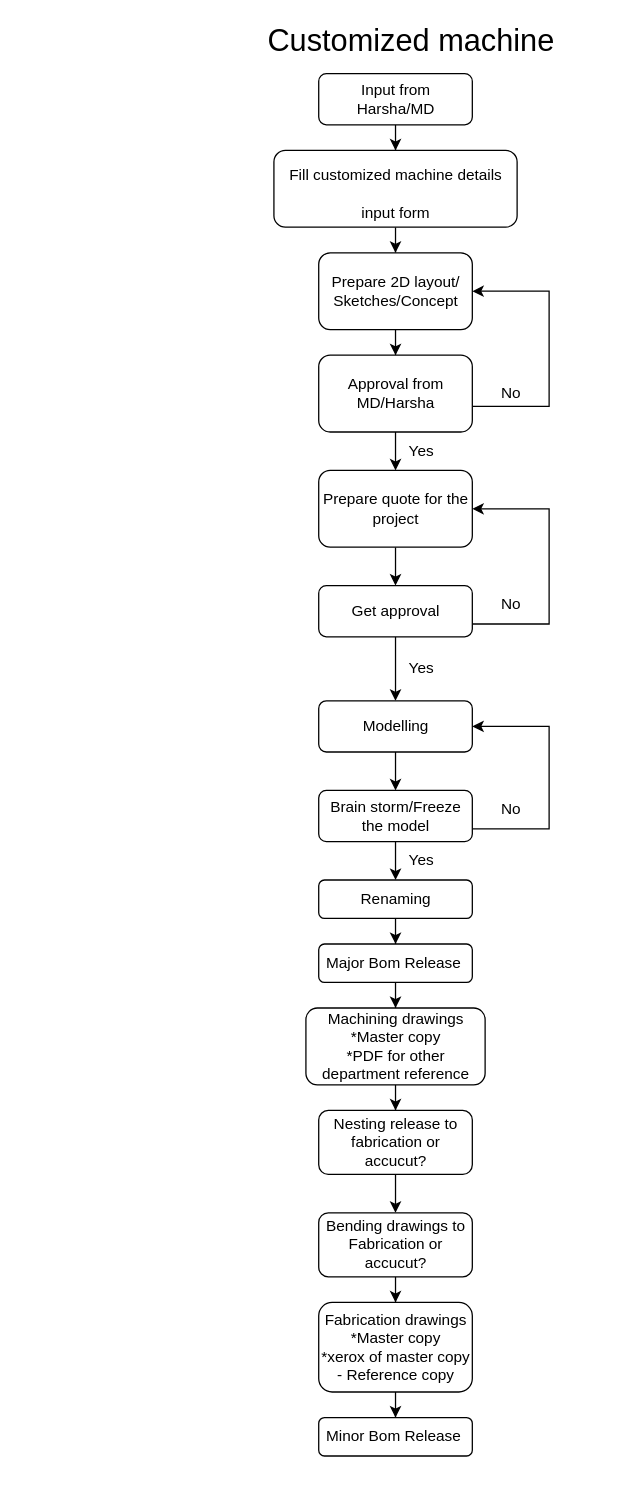
Before: Customised - DPF.drawio in harshaitex/flowcharts, a draw.io diagram. Source tidied: cells renumbered, new cells numbered last; positions are measured from the earlier drawing's top-left corner, leaving out a move shared by most shapes. Both pictures are drawn from the tidied source at 128%, with x=0, y=0 at pixel (219, 22).
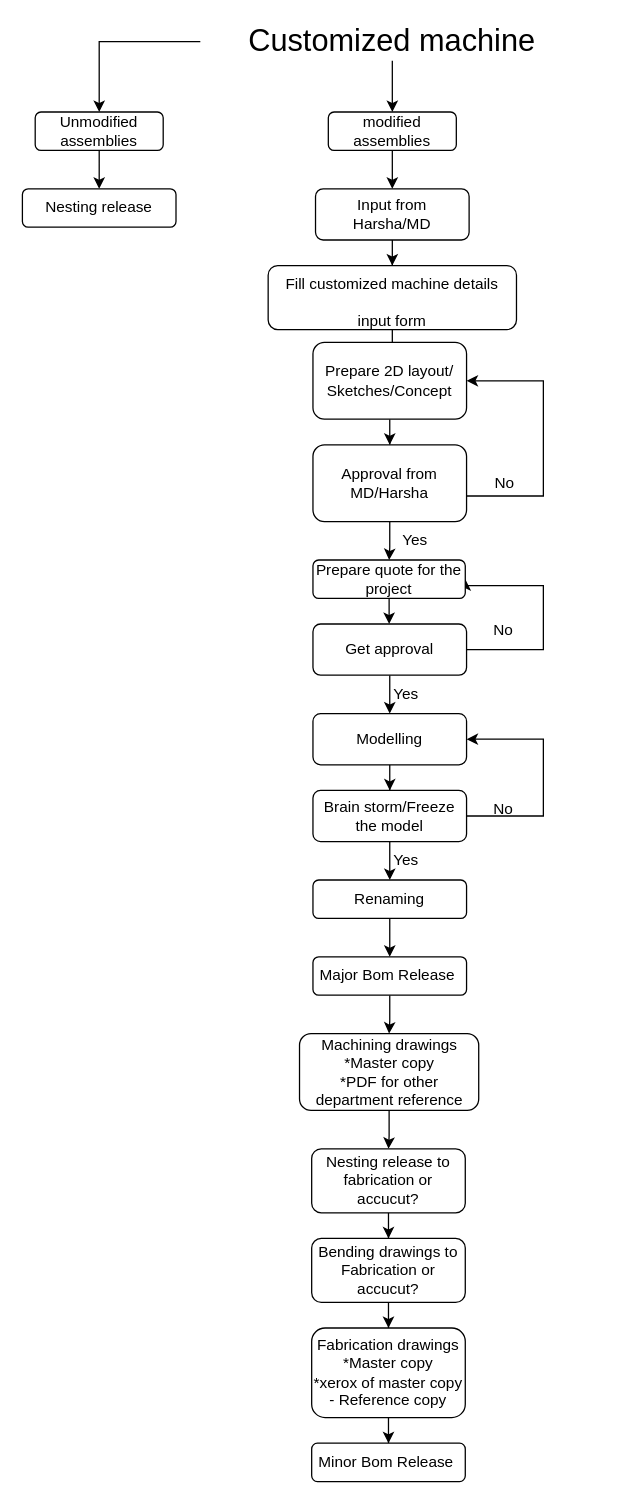
Above is the later version.

What changed in the source:
```diff
@@
     <mxCell id="3" value="Input from Harsha/MD" style="rounded=1;whiteSpace=wrap;html=1;fontSize=12;glass=0;strokeWidth=1;shadow=0;" parent="1" vertex="1">
-      <mxGeometry x="77.5" y="40" width="120" height="40" as="geometry" />
+      <mxGeometry x="75" y="130" width="120" height="40" as="geometry" />
     </mxCell>
+    <mxCell id="41" style="edgeStyle=orthogonalEdgeStyle;rounded=0;jettySize=auto;html=1;" parent="1" edge="1" source="4" target="44">
+      <mxGeometry relative="1" as="geometry" />
+    </mxCell>
+    <mxCell id="42" style="edgeStyle=orthogonalEdgeStyle;rounded=0;jettySize=auto;html=1;entryX=0.5;entryY=0;entryDx=0;entryDy=0;" parent="1" edge="1" source="4" target="46">
+      <mxGeometry relative="1" as="geometry" />
+    </mxCell>
     <mxCell id="4" value="&lt;font style=&quot;font-size: 24px;&quot;&gt;Customized machine&lt;/font&gt;" style="text;html=1;strokeColor=none;fillColor=none;align=center;verticalAlign=middle;whiteSpace=wrap;rounded=0;" parent="1" vertex="1">
-      <mxGeometry width="300" height="30" as="geometry" />
+      <mxGeometry x="-15" width="300" height="30" as="geometry" />
     </mxCell>
@@
     <mxCell id="6" value="&lt;span style=&quot;font-size: 12px;&quot;&gt;Fill customized machine details input form&lt;/span&gt;" style="rounded=1;whiteSpace=wrap;html=1;fontSize=24;" parent="1" vertex="1">
-      <mxGeometry x="42.5" y="100" width="190" height="60" as="geometry" />
+      <mxGeometry x="38" y="190" width="194" height="50" as="geometry" />
     </mxCell>
@@
     <mxCell id="8" value="Prepare 2D layout/ Sketches/Concept" style="rounded=1;whiteSpace=wrap;html=1;fontSize=12;" parent="1" vertex="1">
-      <mxGeometry x="77.5" y="180" width="120" height="60" as="geometry" />
+      <mxGeometry x="73" y="250" width="120" height="60" as="geometry" />
     </mxCell>
     <mxCell id="9" style="edgeStyle=orthogonalEdgeStyle;rounded=0;jettySize=auto;html=1;fontSize=12;entryX=1;entryY=0.5;entryDx=0;entryDy=0;" parent="1" edge="1" source="11" target="8">
       <mxGeometry relative="1" as="geometry">
         <Array as="points">
-          <mxPoint x="257.5" y="300" />
-          <mxPoint x="257.5" y="210" />
+          <mxPoint x="253" y="370" />
+          <mxPoint x="253" y="280" />
         </Array>
       </mxGeometry>
     </mxCell>
@@
     <mxCell id="11" value="Approval from MD/Harsha" style="rounded=1;whiteSpace=wrap;html=1;fontSize=12;" parent="1" vertex="1">
-      <mxGeometry x="77.5" y="260" width="120" height="60" as="geometry" />
+      <mxGeometry x="73" y="330" width="120" height="60" as="geometry" />
     </mxCell>
     <mxCell id="12" value="No" style="text;html=1;strokeColor=none;fillColor=none;align=center;verticalAlign=middle;whiteSpace=wrap;rounded=0;fontSize=12;" parent="1" vertex="1">
-      <mxGeometry x="197.5" y="275" width="60" height="30" as="geometry" />
+      <mxGeometry x="193" y="345" width="60" height="30" as="geometry" />
     </mxCell>
     <mxCell id="13" value="Yes" style="text;html=1;strokeColor=none;fillColor=none;align=center;verticalAlign=middle;whiteSpace=wrap;rounded=0;fontSize=12;" parent="1" vertex="1">
-      <mxGeometry x="127.5" y="320" width="60" height="30" as="geometry" />
+      <mxGeometry x="123" y="390" width="60" height="30" as="geometry" />
     </mxCell>
@@
     <mxCell id="15" style="edgeStyle=orthogonalEdgeStyle;rounded=0;jettySize=auto;html=1;entryX=1;entryY=0.5;entryDx=0;entryDy=0;fontSize=12;" parent="1" edge="1" source="16" target="30">
       <mxGeometry relative="1" as="geometry">
         <Array as="points">
-          <mxPoint x="257.5" y="470" />
-          <mxPoint x="257.5" y="380" />
+          <mxPoint x="253" y="490" />
+          <mxPoint x="253" y="440" />
+          <mxPoint x="192" y="440" />
         </Array>
       </mxGeometry>
     </mxCell>
     <mxCell id="16" value="Get approval" style="rounded=1;whiteSpace=wrap;html=1;fontSize=12;" parent="1" vertex="1">
-      <mxGeometry x="77.5" y="440" width="120" height="40" as="geometry" />
+      <mxGeometry x="73" y="470" width="120" height="40" as="geometry" />
     </mxCell>
     <mxCell id="17" value="No" style="text;html=1;strokeColor=none;fillColor=none;align=center;verticalAlign=middle;whiteSpace=wrap;rounded=0;fontSize=12;" parent="1" vertex="1">
-      <mxGeometry x="197.5" y="440" width="60" height="30" as="geometry" />
+      <mxGeometry x="192" y="460" width="60" height="30" as="geometry" />
     </mxCell>
@@
     <mxCell id="19" value="Modelling" style="rounded=1;whiteSpace=wrap;html=1;fontSize=12;" parent="1" vertex="1">
-      <mxGeometry x="77.5" y="530" width="120" height="40" as="geometry" />
+      <mxGeometry x="73" y="540" width="120" height="40" as="geometry" />
     </mxCell>
     <mxCell id="20" value="Yes" style="text;html=1;strokeColor=none;fillColor=none;align=center;verticalAlign=middle;whiteSpace=wrap;rounded=0;fontSize=12;" parent="1" vertex="1">
-      <mxGeometry x="127.5" y="490" width="60" height="30" as="geometry" />
+      <mxGeometry x="116" y="510" width="60" height="30" as="geometry" />
     </mxCell>
@@
     <mxCell id="22" value="Major Bom Release&amp;nbsp;" style="rounded=1;whiteSpace=wrap;html=1;fontSize=12;" parent="1" vertex="1">
-      <mxGeometry x="77.5" y="720" width="120" height="30" as="geometry" />
+      <mxGeometry x="73" y="730" width="120" height="30" as="geometry" />
     </mxCell>
@@
     <mxCell id="24" value="Machining drawings&lt;br&gt;*Master copy&lt;br&gt;*PDF for other department reference" style="rounded=1;whiteSpace=wrap;html=1;fontSize=12;" parent="1" vertex="1">
-      <mxGeometry x="67.5" y="770" width="140" height="60" as="geometry" />
+      <mxGeometry x="62.5" y="790" width="140" height="60" as="geometry" />
     </mxCell>
@@
     <mxCell id="26" value="Nesting release to fabrication or accucut?" style="rounded=1;whiteSpace=wrap;html=1;fontSize=12;" parent="1" vertex="1">
-      <mxGeometry x="77.5" y="850" width="120" height="50" as="geometry" />
+      <mxGeometry x="72" y="880" width="120" height="50" as="geometry" />
     </mxCell>
@@
     <mxCell id="28" value="Bending drawings to Fabrication or accucut?" style="rounded=1;whiteSpace=wrap;html=1;fontSize=12;" parent="1" vertex="1">
-      <mxGeometry x="77.5" y="930" width="120" height="50" as="geometry" />
+      <mxGeometry x="72" y="950" width="120" height="50" as="geometry" />
     </mxCell>
@@
     <mxCell id="30" value="Prepare quote for the project" style="rounded=1;whiteSpace=wrap;html=1;fontSize=12;" parent="1" vertex="1">
-      <mxGeometry x="77.5" y="350" width="120" height="60" as="geometry" />
+      <mxGeometry x="73" y="420" width="119" height="30" as="geometry" />
     </mxCell>
@@
     <mxCell id="32" value="Fabrication drawings&lt;br&gt;*Master copy&lt;br&gt;*xerox of master copy - Reference copy" style="rounded=1;whiteSpace=wrap;html=1;fontSize=12;" parent="1" vertex="1">
-      <mxGeometry x="77.5" y="1000" width="120" height="70" as="geometry" />
+      <mxGeometry x="72" y="1020" width="120" height="70" as="geometry" />
     </mxCell>
     <mxCell id="33" style="edgeStyle=orthogonalEdgeStyle;rounded=0;jettySize=auto;html=1;entryX=1;entryY=0.5;entryDx=0;entryDy=0;fontSize=12;" parent="1" edge="1" source="35" target="19">
       <mxGeometry relative="1" as="geometry">
         <Array as="points">
-          <mxPoint x="257.5" y="630" />
-          <mxPoint x="257.5" y="550" />
+          <mxPoint x="253" y="620" />
+          <mxPoint x="253" y="560" />
         </Array>
       </mxGeometry>
     </mxCell>
@@
     <mxCell id="35" value="Brain storm/Freeze the model" style="rounded=1;whiteSpace=wrap;html=1;fontSize=12;" parent="1" vertex="1">
-      <mxGeometry x="77.5" y="600" width="120" height="40" as="geometry" />
+      <mxGeometry x="73" y="600" width="120" height="40" as="geometry" />
     </mxCell>
     <mxCell id="36" value="Yes" style="text;html=1;strokeColor=none;fillColor=none;align=center;verticalAlign=middle;whiteSpace=wrap;rounded=0;fontSize=12;" parent="1" vertex="1">
-      <mxGeometry x="127.5" y="640" width="60" height="30" as="geometry" />
+      <mxGeometry x="116" y="640" width="60" height="30" as="geometry" />
     </mxCell>
     <mxCell id="37" value="No" style="text;html=1;strokeColor=none;fillColor=none;align=center;verticalAlign=middle;whiteSpace=wrap;rounded=0;fontSize=12;" parent="1" vertex="1">
-      <mxGeometry x="197.5" y="600" width="60" height="30" as="geometry" />
+      <mxGeometry x="192" y="600" width="60" height="30" as="geometry" />
     </mxCell>
@@
     <mxCell id="39" value="Renaming" style="rounded=1;whiteSpace=wrap;html=1;fontSize=12;" parent="1" vertex="1">
-      <mxGeometry x="77.5" y="670" width="120" height="30" as="geometry" />
+      <mxGeometry x="73" y="670" width="120" height="30" as="geometry" />
     </mxCell>
     <mxCell id="40" value="Minor Bom Release&amp;nbsp;" style="rounded=1;whiteSpace=wrap;html=1;fontSize=12;" parent="1" vertex="1">
-      <mxGeometry x="77.5" y="1090" width="120" height="30" as="geometry" />
+      <mxGeometry x="72" y="1110" width="120" height="30" as="geometry" />
     </mxCell>
+    <mxCell id="43" style="edgeStyle=orthogonalEdgeStyle;rounded=0;jettySize=auto;html=1;" parent="1" edge="1" source="44" target="47">
+      <mxGeometry relative="1" as="geometry" />
+    </mxCell>
+    <mxCell id="44" value="Unmodified assemblies" style="rounded=1;whiteSpace=wrap;html=1;" parent="1" vertex="1">
+      <mxGeometry x="-144" y="70" width="100" height="30" as="geometry" />
+    </mxCell>
+    <mxCell id="45" style="edgeStyle=orthogonalEdgeStyle;rounded=0;jettySize=auto;html=1;" parent="1" edge="1" source="46" target="3">
+      <mxGeometry relative="1" as="geometry" />
+    </mxCell>
+    <mxCell id="46" value="modified assemblies" style="rounded=1;whiteSpace=wrap;html=1;" parent="1" vertex="1">
+      <mxGeometry x="85" y="70" width="100" height="30" as="geometry" />
+    </mxCell>
+    <mxCell id="47" value="Nesting release" style="rounded=1;whiteSpace=wrap;html=1;" parent="1" vertex="1">
+      <mxGeometry x="-154" y="130" width="120" height="30" as="geometry" />
+    </mxCell>
```
